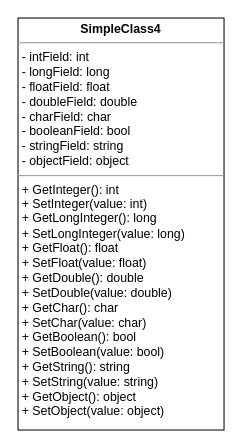
Earlier version of the draw.io diagram page "SimpleClass4" (10 of 22) of uml-design-basics.drawio (sgorgun/uml-design-basics). Source tidied: cells renumbered, new cells numbered last; positions are measured from the earlier drawing's top-left corner, leaving out a move shared by most shapes. Both pictures are drawn from the tidied source at 103%, with x=0, y=0 at pixel (18, 18).
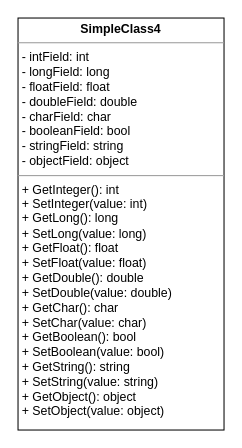
Above is the later version.

Commit message (it also covers changes not shown here):
Fix issue with GetLongInteger - replace with GetLong.

Change to the diagram source:
```diff
@@
 <mxGraphModel>
   <root>
     <mxCell id="0" />
     <mxCell id="1" parent="0" />
-    <mxCell id="2" value="&lt;p style=&quot;margin: 0px ; margin-top: 4px ; text-align: center&quot;&gt;&lt;b&gt;SimpleClass4&lt;/b&gt;&lt;/p&gt;&lt;hr size=&quot;1&quot;&gt;&lt;p style=&quot;margin: 0px 0px 0px 4px&quot;&gt;- intField: int&lt;/p&gt;&lt;p style=&quot;margin: 0px 0px 0px 4px&quot;&gt;- longField: long&lt;/p&gt;&lt;p style=&quot;margin: 0px 0px 0px 4px&quot;&gt;- floatField: float&lt;/p&gt;&lt;p style=&quot;margin: 0px 0px 0px 4px&quot;&gt;- doubleField: double&lt;/p&gt;&lt;p style=&quot;margin: 0px 0px 0px 4px&quot;&gt;- charField: char&lt;/p&gt;&lt;p style=&quot;margin: 0px 0px 0px 4px&quot;&gt;- booleanField: bool&lt;/p&gt;&lt;p style=&quot;margin: 0px 0px 0px 4px&quot;&gt;- stringField: string&lt;/p&gt;&lt;p style=&quot;margin: 0px 0px 0px 4px&quot;&gt;- objectField: object&lt;/p&gt;&lt;hr size=&quot;1&quot;&gt;&lt;p style=&quot;margin: 0px ; margin-left: 4px&quot;&gt;+ GetInteger(): int&lt;br&gt;+ SetInteger(value: int)&lt;br&gt;+ GetLongInteger(): long&lt;br&gt;+ SetLongInteger(value: long)&lt;br&gt;+ GetFloat(): float&lt;br&gt;+ SetFloat(value: float)&lt;br&gt;+ GetDouble(): double&lt;br&gt;+ SetDouble&lt;span&gt;(value: double&lt;/span&gt;&lt;span&gt;)&lt;br&gt;&lt;/span&gt;+ GetChar(): char&lt;br&gt;+ SetChar&lt;span&gt;(value: char&lt;/span&gt;&lt;span&gt;)&lt;br&gt;&lt;/span&gt;+ GetBoolean(): bool&lt;br&gt;+ SetBoolean&lt;span&gt;(value: bool&lt;/span&gt;&lt;span&gt;)&lt;br&gt;&lt;/span&gt;+ GetString(): string&lt;br&gt;+ SetString&lt;span&gt;(value: string&lt;/span&gt;&lt;span&gt;)&lt;br&gt;&lt;/span&gt;+ GetObject(): object&lt;br&gt;+ SetObject&lt;span&gt;(value:&amp;nbsp;&lt;/span&gt;object&lt;span&gt;)&lt;/span&gt;&lt;span&gt;&lt;br&gt;&lt;/span&gt;&lt;/p&gt;" style="verticalAlign=top;align=left;overflow=fill;fontSize=12;fontFamily=Helvetica;html=1;" parent="1" vertex="1">
+    <mxCell id="2" value="&lt;p style=&quot;margin: 0px ; margin-top: 4px ; text-align: center&quot;&gt;&lt;b&gt;SimpleClass4&lt;/b&gt;&lt;/p&gt;&lt;hr size=&quot;1&quot;&gt;&lt;p style=&quot;margin: 0px 0px 0px 4px&quot;&gt;- intField: int&lt;/p&gt;&lt;p style=&quot;margin: 0px 0px 0px 4px&quot;&gt;- longField: long&lt;/p&gt;&lt;p style=&quot;margin: 0px 0px 0px 4px&quot;&gt;- floatField: float&lt;/p&gt;&lt;p style=&quot;margin: 0px 0px 0px 4px&quot;&gt;- doubleField: double&lt;/p&gt;&lt;p style=&quot;margin: 0px 0px 0px 4px&quot;&gt;- charField: char&lt;/p&gt;&lt;p style=&quot;margin: 0px 0px 0px 4px&quot;&gt;- booleanField: bool&lt;/p&gt;&lt;p style=&quot;margin: 0px 0px 0px 4px&quot;&gt;- stringField: string&lt;/p&gt;&lt;p style=&quot;margin: 0px 0px 0px 4px&quot;&gt;- objectField: object&lt;/p&gt;&lt;hr size=&quot;1&quot;&gt;&lt;p style=&quot;margin: 0px ; margin-left: 4px&quot;&gt;+ GetInteger(): int&lt;br&gt;+ SetInteger(value: int)&lt;br&gt;+ GetLong(): long&lt;br&gt;+ SetLong(value: long)&lt;br&gt;+ GetFloat(): float&lt;br&gt;+ SetFloat(value: float)&lt;br&gt;+ GetDouble(): double&lt;br&gt;+ SetDouble&lt;span&gt;(value: double&lt;/span&gt;&lt;span&gt;)&lt;br&gt;&lt;/span&gt;+ GetChar(): char&lt;br&gt;+ SetChar&lt;span&gt;(value: char&lt;/span&gt;&lt;span&gt;)&lt;br&gt;&lt;/span&gt;+ GetBoolean(): bool&lt;br&gt;+ SetBoolean&lt;span&gt;(value: bool&lt;/span&gt;&lt;span&gt;)&lt;br&gt;&lt;/span&gt;+ GetString(): string&lt;br&gt;+ SetString&lt;span&gt;(value: string&lt;/span&gt;&lt;span&gt;)&lt;br&gt;&lt;/span&gt;+ GetObject(): object&lt;br&gt;+ SetObject&lt;span&gt;(value:&amp;nbsp;&lt;/span&gt;object&lt;span&gt;)&lt;/span&gt;&lt;span&gt;&lt;br&gt;&lt;/span&gt;&lt;/p&gt;" style="verticalAlign=top;align=left;overflow=fill;fontSize=12;fontFamily=Helvetica;html=1;" parent="1" vertex="1">
       <mxGeometry width="200" height="400" as="geometry" />
     </mxCell>
   </root>
 </mxGraphModel>
```
